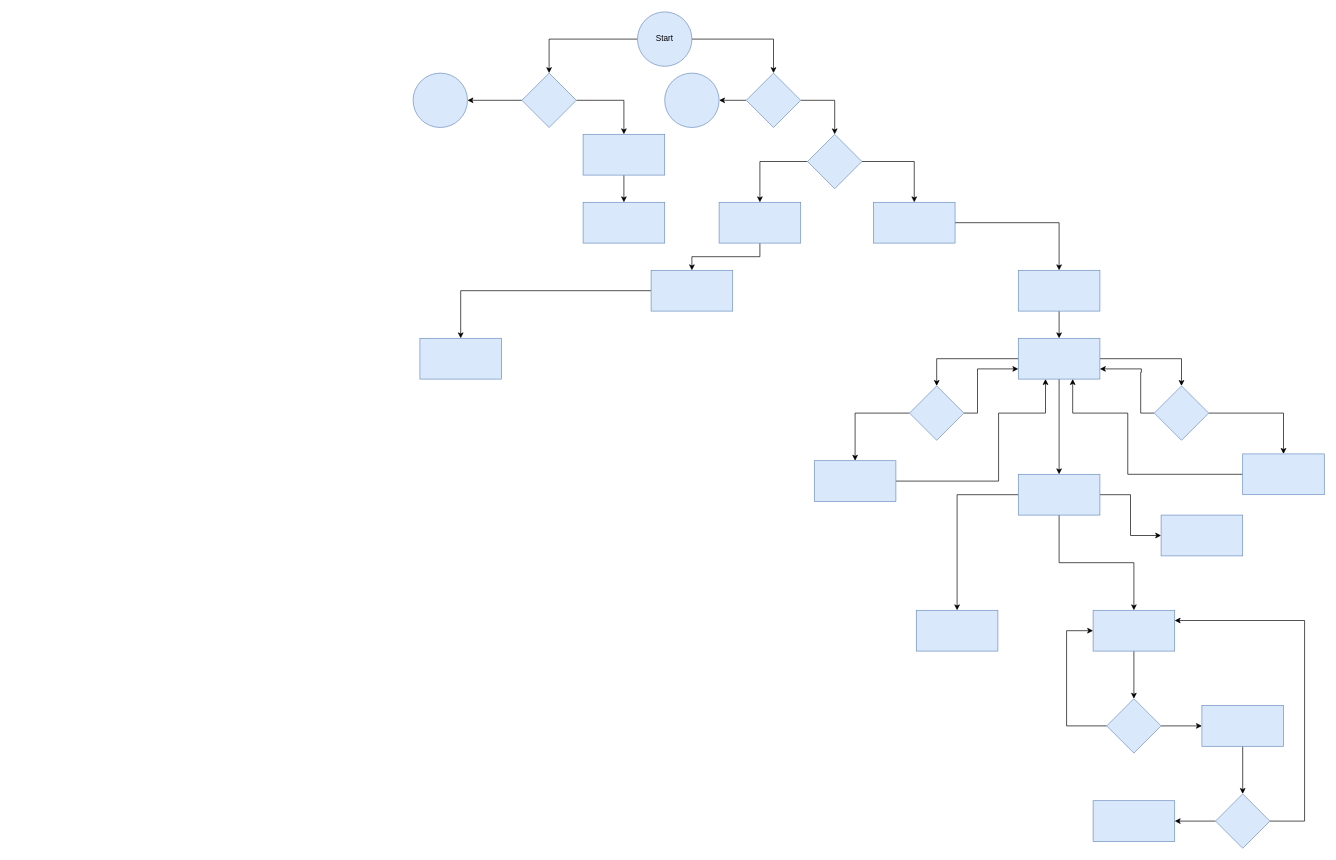
The draw.io diagram Діаграма без назви.drawio in MaximKolody/MaximKolody1, before the edit. Source tidied: cells renumbered, new cells numbered last; positions are measured from the earlier drawing's top-left corner, leaving out a move shared by most shapes. Both pictures are drawn from the tidied source at 68%, with x=0, y=0 at pixel (413, 12).
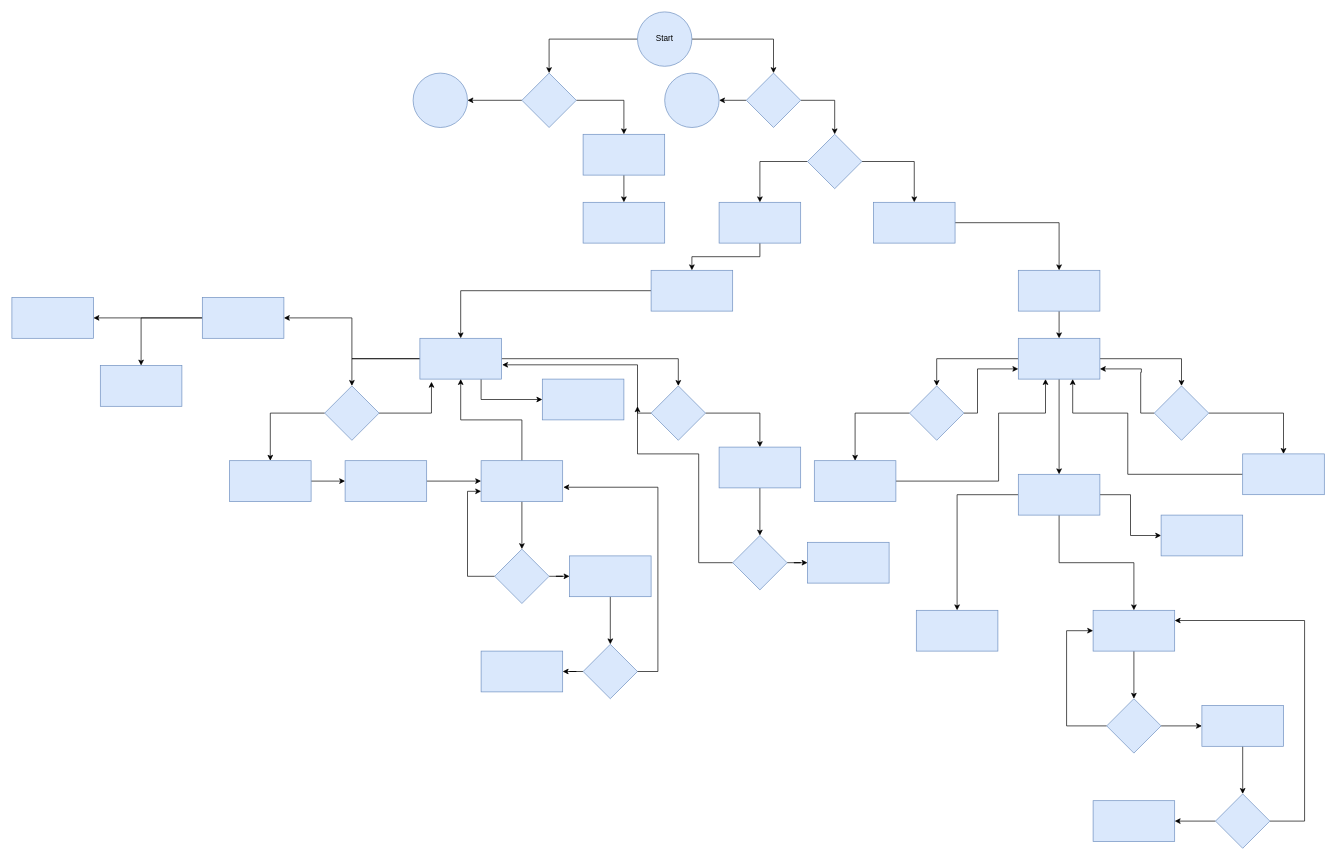
After the change.

Unchanged cells that the change refers to:
```xml
<mxCell id="58" style="whiteSpace=wrap;html=1;fillColor=#dae8fc;strokeColor=#6c8ebf;" parent="1" vertex="1">
  <mxGeometry x="10" y="480" width="120" height="60" as="geometry" />
</mxCell>
```

The edit, as a diff of the source:
```diff
@@
+    <mxCell id="59" style="edgeStyle=orthogonalEdgeStyle;rounded=0;jettySize=auto;html=1;" parent="1" edge="1" source="58" target="64">
+      <mxGeometry relative="1" as="geometry" />
+    </mxCell>
+    <mxCell id="60" style="edgeStyle=orthogonalEdgeStyle;rounded=0;jettySize=auto;html=1;" parent="1" edge="1" source="58" target="68">
+      <mxGeometry relative="1" as="geometry" />
+    </mxCell>
+    <mxCell id="61" style="edgeStyle=orthogonalEdgeStyle;rounded=0;jettySize=auto;html=1;exitX=0.75;exitY=1;exitDx=0;exitDy=0;" parent="1" edge="1" source="58" target="78">
+      <mxGeometry relative="1" as="geometry" />
+    </mxCell>
+    <mxCell id="62" style="edgeStyle=orthogonalEdgeStyle;rounded=0;jettySize=auto;html=1;" parent="1" edge="1" source="58" target="80">
+      <mxGeometry relative="1" as="geometry">
+        <Array as="points">
+          <mxPoint x="390" y="510" />
+        </Array>
+      </mxGeometry>
+    </mxCell>
@@
+    <mxCell id="63" style="edgeStyle=orthogonalEdgeStyle;rounded=0;jettySize=auto;html=1;" parent="1" edge="1" source="64" target="72">
+      <mxGeometry relative="1" as="geometry" />
+    </mxCell>
+    <mxCell id="64" style="rhombus;whiteSpace=wrap;html=1;fillColor=#dae8fc;strokeColor=#6c8ebf;" parent="1" vertex="1">
+      <mxGeometry x="-130" y="550" width="80" height="80" as="geometry" />
+    </mxCell>
+    <mxCell id="65" style="edgeStyle=orthogonalEdgeStyle;rounded=0;jettySize=auto;html=1;entryX=0.142;entryY=1.067;entryDx=0;entryDy=0;entryPerimeter=0;" parent="1" edge="1" source="64" target="58">
+      <mxGeometry relative="1" as="geometry" />
+    </mxCell>
+    <mxCell id="66" style="edgeStyle=orthogonalEdgeStyle;rounded=0;jettySize=auto;html=1;" parent="1" edge="1" source="68" target="69">
+      <mxGeometry relative="1" as="geometry" />
+    </mxCell>
+    <mxCell id="67" style="edgeStyle=orthogonalEdgeStyle;rounded=0;jettySize=auto;html=1;" parent="1" edge="1" source="68" target="70">
+      <mxGeometry relative="1" as="geometry" />
+    </mxCell>
+    <mxCell id="68" style="whiteSpace=wrap;html=1;fillColor=#dae8fc;strokeColor=#6c8ebf;" parent="1" vertex="1">
+      <mxGeometry x="-310" y="420" width="120" height="60" as="geometry" />
+    </mxCell>
+    <mxCell id="69" style="whiteSpace=wrap;html=1;fillColor=#dae8fc;strokeColor=#6c8ebf;" parent="1" vertex="1">
+      <mxGeometry x="-460" y="520" width="120" height="60" as="geometry" />
+    </mxCell>
+    <mxCell id="70" style="whiteSpace=wrap;html=1;fillColor=#dae8fc;strokeColor=#6c8ebf;" parent="1" vertex="1">
+      <mxGeometry x="-590" y="420" width="120" height="60" as="geometry" />
+    </mxCell>
+    <mxCell id="71" style="edgeStyle=orthogonalEdgeStyle;rounded=0;jettySize=auto;html=1;" parent="1" edge="1" source="72" target="74">
+      <mxGeometry relative="1" as="geometry" />
+    </mxCell>
+    <mxCell id="72" style="whiteSpace=wrap;html=1;fillColor=#dae8fc;strokeColor=#6c8ebf;" parent="1" vertex="1">
+      <mxGeometry x="-270" y="660" width="120" height="60" as="geometry" />
+    </mxCell>
+    <mxCell id="73" style="edgeStyle=orthogonalEdgeStyle;rounded=0;jettySize=auto;html=1;" parent="1" edge="1" source="74" target="77">
+      <mxGeometry relative="1" as="geometry" />
+    </mxCell>
+    <mxCell id="74" style="whiteSpace=wrap;html=1;fillColor=#dae8fc;strokeColor=#6c8ebf;" parent="1" vertex="1">
+      <mxGeometry x="-100" y="660" width="120" height="60" as="geometry" />
+    </mxCell>
+    <mxCell id="75" style="edgeStyle=orthogonalEdgeStyle;rounded=0;jettySize=auto;html=1;entryX=0.5;entryY=1;entryDx=0;entryDy=0;" parent="1" edge="1" source="77" target="58">
+      <mxGeometry relative="1" as="geometry" />
+    </mxCell>
+    <mxCell id="76" style="edgeStyle=orthogonalEdgeStyle;rounded=0;jettySize=auto;html=1;" parent="1" edge="1" source="77" target="84">
+      <mxGeometry relative="1" as="geometry" />
+    </mxCell>
+    <mxCell id="77" style="whiteSpace=wrap;html=1;fillColor=#dae8fc;strokeColor=#6c8ebf;" parent="1" vertex="1">
+      <mxGeometry x="100" y="660" width="120" height="60" as="geometry" />
+    </mxCell>
+    <mxCell id="78" style="whiteSpace=wrap;html=1;fillColor=#dae8fc;strokeColor=#6c8ebf;" parent="1" vertex="1">
+      <mxGeometry x="190" y="540" width="120" height="60" as="geometry" />
+    </mxCell>
+    <mxCell id="79" style="edgeStyle=orthogonalEdgeStyle;rounded=0;jettySize=auto;html=1;" parent="1" edge="1" source="80" target="92">
+      <mxGeometry relative="1" as="geometry" />
+    </mxCell>
+    <mxCell id="80" style="rhombus;whiteSpace=wrap;html=1;fillColor=#dae8fc;strokeColor=#6c8ebf;" parent="1" vertex="1">
+      <mxGeometry x="350" y="550" width="80" height="80" as="geometry" />
+    </mxCell>
+    <mxCell id="81" style="edgeStyle=orthogonalEdgeStyle;rounded=0;jettySize=auto;html=1;exitX=0;exitY=0.5;exitDx=0;exitDy=0;entryX=1.008;entryY=0.65;entryDx=0;entryDy=0;entryPerimeter=0;" parent="1" edge="1" source="80" target="58">
+      <mxGeometry relative="1" as="geometry">
+        <Array as="points">
+          <mxPoint x="330" y="590" />
+          <mxPoint x="330" y="519" />
+        </Array>
+      </mxGeometry>
+    </mxCell>
+    <mxCell id="82" style="edgeStyle=orthogonalEdgeStyle;rounded=0;jettySize=auto;html=1;entryX=0;entryY=0.75;entryDx=0;entryDy=0;" parent="1" edge="1" source="84" target="77">
+      <mxGeometry relative="1" as="geometry">
+        <Array as="points">
+          <mxPoint x="80" y="830" />
+          <mxPoint x="80" y="705" />
+        </Array>
+      </mxGeometry>
+    </mxCell>
+    <mxCell id="83" style="edgeStyle=orthogonalEdgeStyle;rounded=0;jettySize=auto;html=1;" parent="1" edge="1" source="84" target="86">
+      <mxGeometry relative="1" as="geometry" />
+    </mxCell>
+    <mxCell id="84" style="rhombus;whiteSpace=wrap;html=1;fillColor=#dae8fc;strokeColor=#6c8ebf;" parent="1" vertex="1">
+      <mxGeometry x="120" y="790" width="80" height="80" as="geometry" />
+    </mxCell>
+    <mxCell id="85" style="edgeStyle=orthogonalEdgeStyle;rounded=0;jettySize=auto;html=1;" parent="1" edge="1" source="86" target="88">
+      <mxGeometry relative="1" as="geometry" />
+    </mxCell>
+    <mxCell id="86" style="whiteSpace=wrap;html=1;fillColor=#dae8fc;strokeColor=#6c8ebf;" parent="1" vertex="1">
+      <mxGeometry x="230" y="800" width="120" height="60" as="geometry" />
+    </mxCell>
+    <mxCell id="87" style="edgeStyle=orthogonalEdgeStyle;rounded=0;jettySize=auto;html=1;" parent="1" edge="1" source="88" target="90">
+      <mxGeometry relative="1" as="geometry" />
+    </mxCell>
+    <mxCell id="88" style="rhombus;whiteSpace=wrap;html=1;fillColor=#dae8fc;strokeColor=#6c8ebf;" parent="1" vertex="1">
+      <mxGeometry x="250" y="930" width="80" height="80" as="geometry" />
+    </mxCell>
+    <mxCell id="89" style="edgeStyle=orthogonalEdgeStyle;rounded=0;jettySize=auto;html=1;entryX=1.008;entryY=0.65;entryDx=0;entryDy=0;entryPerimeter=0;" parent="1" edge="1" source="88" target="77">
+      <mxGeometry relative="1" as="geometry">
+        <Array as="points">
+          <mxPoint x="360" y="970" />
+          <mxPoint x="360" y="699" />
+        </Array>
+      </mxGeometry>
+    </mxCell>
+    <mxCell id="90" style="whiteSpace=wrap;html=1;fillColor=#dae8fc;strokeColor=#6c8ebf;" parent="1" vertex="1">
+      <mxGeometry x="100" y="940" width="120" height="60" as="geometry" />
+    </mxCell>
+    <mxCell id="91" style="edgeStyle=orthogonalEdgeStyle;rounded=0;jettySize=auto;html=1;" parent="1" edge="1" source="92" target="95">
+      <mxGeometry relative="1" as="geometry" />
+    </mxCell>
+    <mxCell id="92" style="whiteSpace=wrap;html=1;fillColor=#dae8fc;strokeColor=#6c8ebf;" parent="1" vertex="1">
+      <mxGeometry x="450" y="640" width="120" height="60" as="geometry" />
+    </mxCell>
+    <mxCell id="93" style="edgeStyle=orthogonalEdgeStyle;rounded=0;jettySize=auto;html=1;" parent="1" edge="1" source="95" target="96">
+      <mxGeometry relative="1" as="geometry" />
+    </mxCell>
+    <mxCell id="94" style="edgeStyle=orthogonalEdgeStyle;rounded=0;jettySize=auto;html=1;" parent="1" edge="1" source="95">
+      <mxGeometry relative="1" as="geometry">
+        <mxPoint x="330" y="580" as="targetPoint" />
+        <Array as="points">
+          <mxPoint x="420" y="810" />
+          <mxPoint x="420" y="650" />
+          <mxPoint x="330" y="650" />
+          <mxPoint x="330" y="600" />
+        </Array>
+      </mxGeometry>
+    </mxCell>
+    <mxCell id="95" style="rhombus;whiteSpace=wrap;html=1;fillColor=#dae8fc;strokeColor=#6c8ebf;" parent="1" vertex="1">
+      <mxGeometry x="470" y="770" width="80" height="80" as="geometry" />
+    </mxCell>
+    <mxCell id="96" style="whiteSpace=wrap;html=1;fillColor=#dae8fc;strokeColor=#6c8ebf;" parent="1" vertex="1">
+      <mxGeometry x="580" y="780" width="120" height="60" as="geometry" />
+    </mxCell>
```
